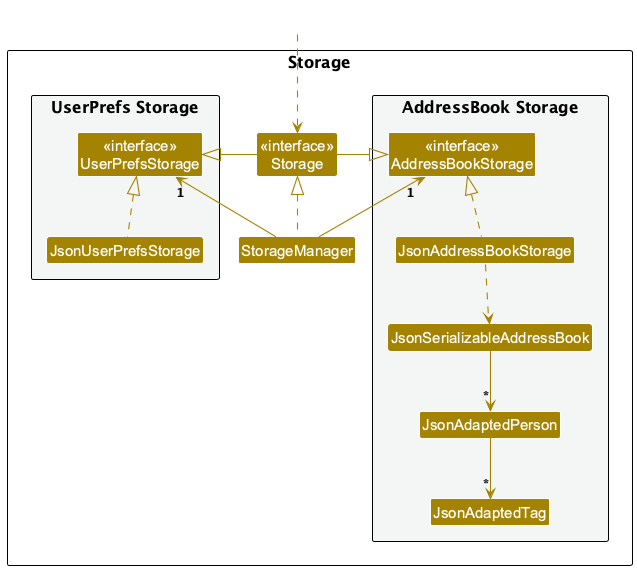
The PlantUML diagram docs/images/StorageClassDiagram.png in AY2526S1-CS2103T-T08-3/tp, before a commit. Source of this version:
```plantuml
@startuml
!include style.puml
skinparam arrowThickness 1.1
skinparam arrowColor STORAGE_COLOR
skinparam classBackgroundColor STORAGE_COLOR

package Storage as StoragePackage {

package "UserPrefs Storage" #F4F6F6{
Class "<<interface>>\nUserPrefsStorage" as UserPrefsStorage
Class JsonUserPrefsStorage
}

Class "<<interface>>\nStorage" as Storage
Class StorageManager

package "AddressBook Storage" #F4F6F6{
Class "<<interface>>\nAddressBookStorage" as AddressBookStorage
Class JsonAddressBookStorage
Class JsonSerializableAddressBook
Class JsonAdaptedPerson
Class JsonAdaptedTag
}

}

Class HiddenOutside #FFFFFF
HiddenOutside ..> Storage

StorageManager .up.|> Storage
StorageManager -up-> "1" UserPrefsStorage
StorageManager -up-> "1" AddressBookStorage

Storage -left-|> UserPrefsStorage
Storage -right-|> AddressBookStorage

JsonUserPrefsStorage .up.|> UserPrefsStorage
JsonAddressBookStorage .up.|> AddressBookStorage
JsonAddressBookStorage ..> JsonSerializableAddressBook
JsonSerializableAddressBook --> "*" JsonAdaptedPerson
JsonAdaptedPerson --> "*" JsonAdaptedTag

@enduml
```
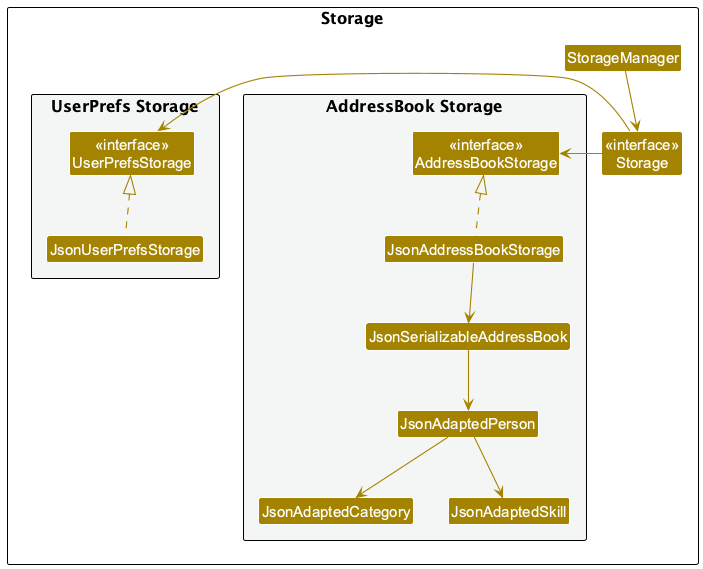
The same diagram one commit later.

Change to the diagram source:
```diff
@@ -6,38 +6,33 @@
 
 package Storage as StoragePackage {
 
-package "UserPrefs Storage" #F4F6F6{
-Class "<<interface>>\nUserPrefsStorage" as UserPrefsStorage
-Class JsonUserPrefsStorage
+package "UserPrefs Storage" #F4F6F6 {
+    Class "<<interface>>\nUserPrefsStorage" as UserPrefsStorage
+    Class JsonUserPrefsStorage
 }
 
 Class "<<interface>>\nStorage" as Storage
 Class StorageManager
 
-package "AddressBook Storage" #F4F6F6{
-Class "<<interface>>\nAddressBookStorage" as AddressBookStorage
-Class JsonAddressBookStorage
-Class JsonSerializableAddressBook
-Class JsonAdaptedPerson
-Class JsonAdaptedTag
+package "AddressBook Storage" #F4F6F6 {
+    Class "<<interface>>\nAddressBookStorage" as AddressBookStorage
+    Class JsonAddressBookStorage
+    Class JsonSerializableAddressBook
+    Class JsonAdaptedPerson
+    Class JsonAdaptedCategory
+    Class JsonAdaptedSkill
+}
 }
 
-}
+StorageManager -down-> Storage
+Storage -left-> UserPrefsStorage
+Storage -right-> AddressBookStorage
 
-Class HiddenOutside #FFFFFF
-HiddenOutside ..> Storage
+UserPrefsStorage <|.. JsonUserPrefsStorage
+AddressBookStorage <|.. JsonAddressBookStorage
 
-StorageManager .up.|> Storage
-StorageManager -up-> "1" UserPrefsStorage
-StorageManager -up-> "1" AddressBookStorage
-
-Storage -left-|> UserPrefsStorage
-Storage -right-|> AddressBookStorage
-
-JsonUserPrefsStorage .up.|> UserPrefsStorage
-JsonAddressBookStorage .up.|> AddressBookStorage
-JsonAddressBookStorage ..> JsonSerializableAddressBook
-JsonSerializableAddressBook --> "*" JsonAdaptedPerson
-JsonAdaptedPerson --> "*" JsonAdaptedTag
-
+JsonAddressBookStorage -down-> JsonSerializableAddressBook
+JsonSerializableAddressBook -down-> JsonAdaptedPerson
+JsonAdaptedPerson -down-> JsonAdaptedCategory
+JsonAdaptedPerson -down-> JsonAdaptedSkill
 @enduml
```
